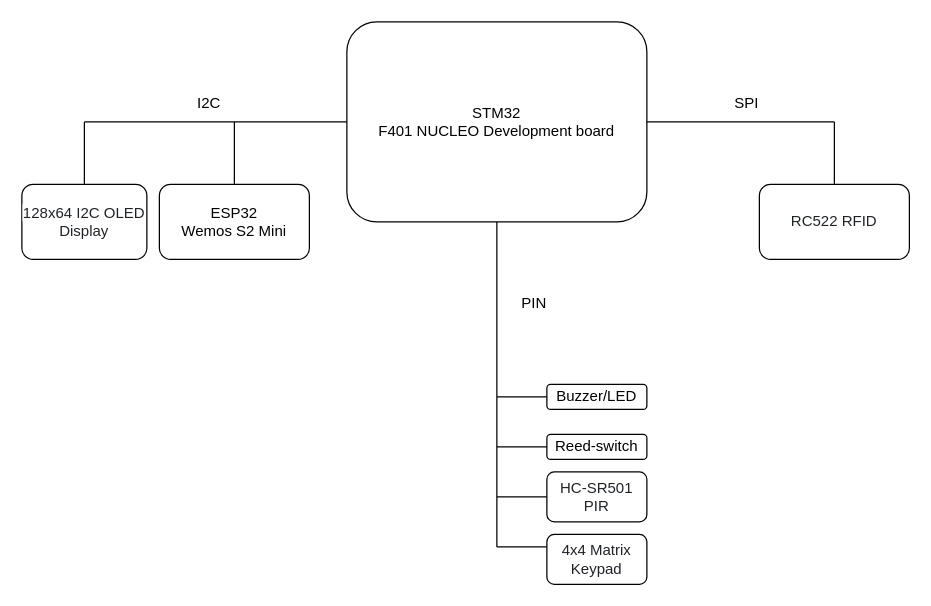
This is Assets/Block_Diagram.drawio from castagnoemanuele/STM32-smart-alarm, a draw.io file, before an edit. Source tidied: cells renumbered, new cells numbered last; positions are measured from the earlier drawing's top-left corner, leaving out a move shared by most shapes. Both pictures are drawn from the tidied source at 125%, with x=0, y=0 at pixel (21, 21).
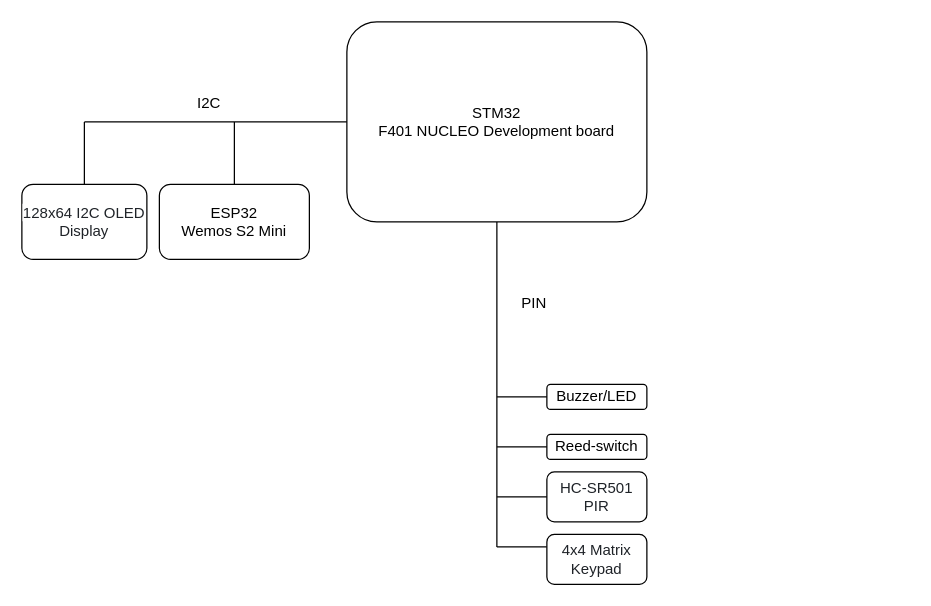
The same diagram, later.

The change refers to these unchanged cells:
```xml
<mxCell id="2" value="STM32&lt;div&gt;F401 NUCLEO Development board&lt;/div&gt;" style="rounded=1;whiteSpace=wrap;html=1;" parent="1" vertex="1">
  <mxGeometry x="260" width="240" height="160" as="geometry" />
</mxCell>
```

The edit, as a diff of the source:
```diff
@@
-    <mxCell id="8" value="SPI" style="text;html=1;align=center;verticalAlign=middle;whiteSpace=wrap;rounded=0;" parent="1" vertex="1">
-      <mxGeometry x="550" y="50" width="60" height="30" as="geometry" />
-    </mxCell>
@@
-    <mxCell id="10" value="&lt;span style=&quot;box-sizing: border-box; color: rgb(31, 35, 40); text-align: left; background-color: rgb(255, 255, 255);&quot;&gt;&lt;font face=&quot;Helvetica&quot; style=&quot;&quot;&gt;RC522 RFID&lt;/font&gt;&lt;/span&gt;" style="rounded=1;whiteSpace=wrap;html=1;" parent="1" vertex="1">
-      <mxGeometry x="590" y="130" width="120" height="60" as="geometry" />
-    </mxCell>
-    <mxCell id="11" style="endArrow=none;html=1;rounded=0;exitX=1;exitY=0.5;exitDx=0;exitDy=0;" parent="1" edge="1" source="2">
-      <mxGeometry relative="1" as="geometry">
-        <mxPoint x="650" y="80" as="targetPoint" />
-      </mxGeometry>
-    </mxCell>
-    <mxCell id="12" style="endArrow=none;html=1;rounded=0;exitX=0.5;exitY=0;exitDx=0;exitDy=0;" parent="1" edge="1" source="10">
-      <mxGeometry relative="1" as="geometry">
-        <mxPoint x="650" y="80" as="targetPoint" />
-      </mxGeometry>
-    </mxCell>
```
